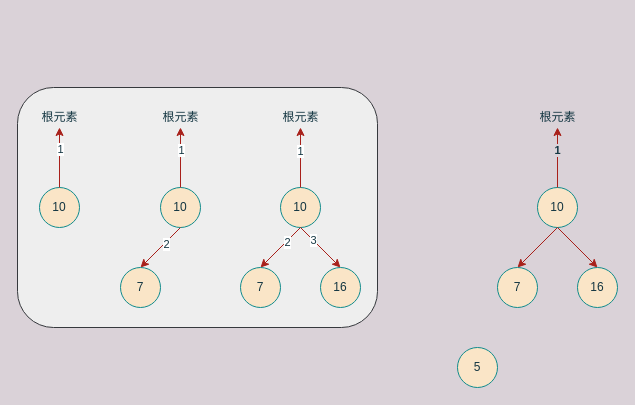
LDChing0321/JavaLearn keeps this draw.io diagram as typora/JavaSE/6 集合/drawio/TreeMap/维护红黑树平衡2.drawio. Above is the earlier version. Source tidied: cells renumbered, new cells numbered last; positions are measured from the earlier drawing's top-left corner, leaving out a move shared by most shapes. Both pictures are drawn from the tidied source at 100%, with x=0, y=0 at pixel (17, 87).
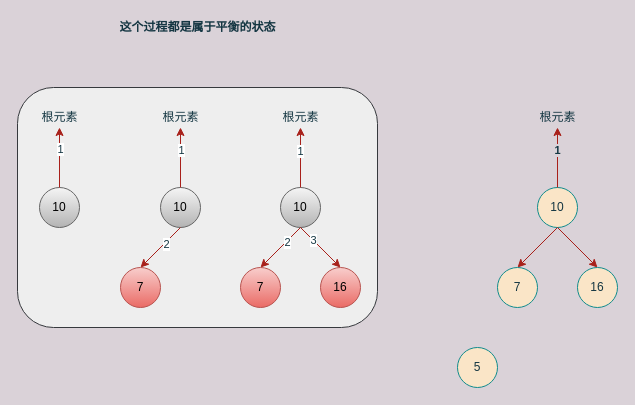
Above is the later version.

Commit message (it also covers changes not shown here):
更新维护红黑树平衡2.drawio

The change refers to these unchanged cells:
```xml
<mxCell id="13" style="group;fontColor=#143642;" parent="1" vertex="1">
  <mxGeometry x="17" y="20" width="50" height="120" as="geometry" />
</mxCell>
<mxCell id="18" style="group;fontColor=#143642;" parent="1" vertex="1">
  <mxGeometry x="103" y="20" width="85" height="200" as="geometry" />
</mxCell>
<mxCell id="20" style="group;fontColor=#143642;" parent="18" vertex="1">
  <mxGeometry x="35" width="50" height="120" as="geometry" />
</mxCell>
<mxCell id="28" style="group;fontColor=#143642;" parent="1" vertex="1">
  <mxGeometry x="258" y="20" width="50" height="120" as="geometry" />
</mxCell>
```

Diff of the diagram source:
```diff
@@
-    <mxCell id="14" value="10" style="ellipse;whiteSpace=wrap;html=1;fillColor=#FAE5C7;strokeColor=#0F8B8D;fontColor=#143642;" parent="13" vertex="1">
+    <mxCell id="14" value="10" style="ellipse;whiteSpace=wrap;html=1;fillColor=#f5f5f5;strokeColor=#666666;gradientColor=#b3b3b3;" parent="13" vertex="1">
       <mxGeometry x="5" y="80" width="40" height="40" as="geometry" />
     </mxCell>
@@
-    <mxCell id="19" value="7" style="ellipse;whiteSpace=wrap;html=1;fillColor=#FAE5C7;strokeColor=#0F8B8D;fontColor=#143642;" parent="18" vertex="1">
+    <mxCell id="19" value="7" style="ellipse;whiteSpace=wrap;html=1;fillColor=#f8cecc;strokeColor=#b85450;gradientColor=#ea6b66;" parent="18" vertex="1">
       <mxGeometry y="160" width="40" height="40" as="geometry" />
     </mxCell>
@@
-    <mxCell id="21" value="10" style="ellipse;whiteSpace=wrap;html=1;fillColor=#FAE5C7;strokeColor=#0F8B8D;fontColor=#143642;" parent="20" vertex="1">
+    <mxCell id="21" value="10" style="ellipse;whiteSpace=wrap;html=1;fillColor=#f5f5f5;strokeColor=#666666;gradientColor=#b3b3b3;" parent="20" vertex="1">
       <mxGeometry x="5" y="80" width="40" height="40" as="geometry" />
     </mxCell>
@@
-    <mxCell id="27" value="7" style="ellipse;whiteSpace=wrap;html=1;fillColor=#FAE5C7;strokeColor=#0F8B8D;fontColor=#143642;" parent="1" vertex="1">
+    <mxCell id="27" value="7" style="ellipse;whiteSpace=wrap;html=1;fillColor=#f8cecc;strokeColor=#b85450;gradientColor=#ea6b66;" parent="1" vertex="1">
       <mxGeometry x="223" y="180" width="40" height="40" as="geometry" />
     </mxCell>
@@
-    <mxCell id="29" value="10" style="ellipse;whiteSpace=wrap;html=1;fillColor=#FAE5C7;strokeColor=#0F8B8D;fontColor=#143642;" parent="28" vertex="1">
+    <mxCell id="29" value="10" style="ellipse;whiteSpace=wrap;html=1;fillColor=#f5f5f5;strokeColor=#666666;gradientColor=#b3b3b3;" parent="28" vertex="1">
       <mxGeometry x="5" y="80" width="40" height="40" as="geometry" />
     </mxCell>
@@
-    <mxCell id="35" value="16" style="ellipse;whiteSpace=wrap;html=1;fillColor=#FAE5C7;strokeColor=#0F8B8D;fontColor=#143642;" parent="1" vertex="1">
+    <mxCell id="35" value="16" style="ellipse;whiteSpace=wrap;html=1;fillColor=#f8cecc;strokeColor=#b85450;gradientColor=#ea6b66;" parent="1" vertex="1">
       <mxGeometry x="303" y="180" width="40" height="40" as="geometry" />
     </mxCell>
@@
+    <mxCell id="38" value="这个过程都是属于平衡的状态" style="text;html=1;align=center;verticalAlign=middle;strokeColor=none;fontColor=#143642;fontStyle=1;" parent="1" vertex="1">
+      <mxGeometry x="95" y="-70" width="170" height="20" as="geometry" />
+    </mxCell>
```
